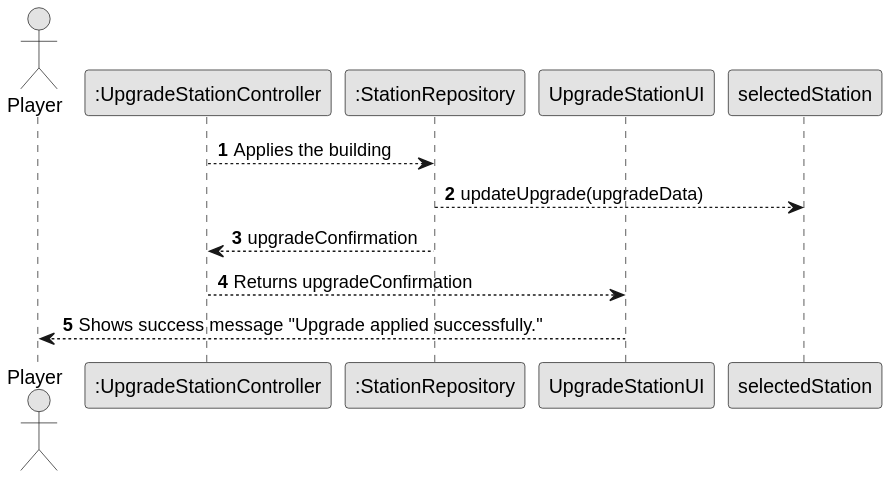
Above: docs/system-documentation/US006/03.design/svg/US006-SD-applyAndSuccess.svg in goncalolopesp/sem2-pi-24.25-g093-repo (PlantUML), before the change. The source it was exported from:
```plantuml
@startuml
skinparam monochrome true
skinparam packageStyle rectangle
skinparam shadowing false

autonumber

actor "Player" as Player
participant ":UpgradeStationController" as UpgradeController
participant ":StationRepository" as StationRepo
participant "UpgradeStationUI" as UpgradeUI

UpgradeController --> StationRepo : Applies the building
StationRepo --> selectedStation : updateUpgrade(upgradeData)
StationRepo --> UpgradeController : upgradeConfirmation
UpgradeController --> UpgradeUI : Returns upgradeConfirmation
UpgradeUI --> Player : Shows success message "Upgrade applied successfully."
@enduml
```
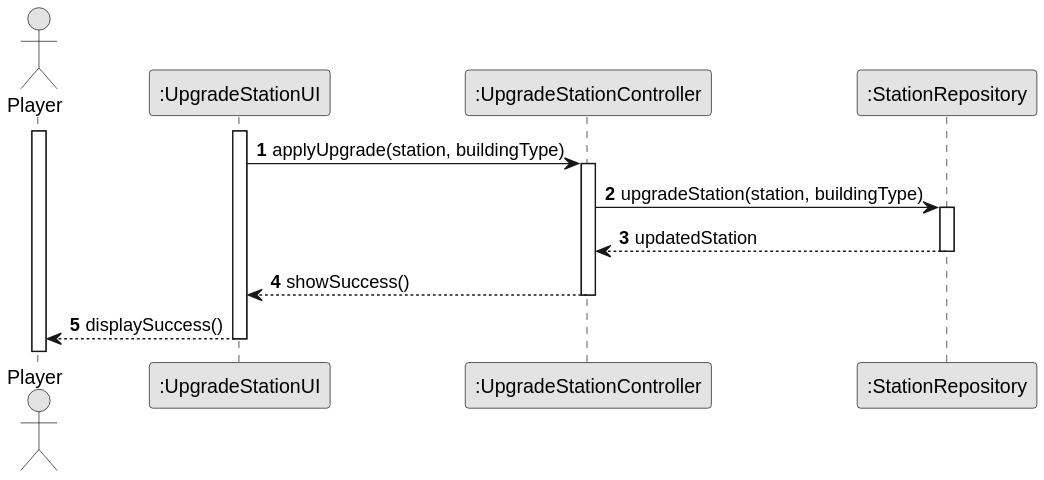
The same file after the commit.

What changed in the source:
```diff
@@ -2,17 +2,26 @@
 skinparam monochrome true
 skinparam packageStyle rectangle
 skinparam shadowing false
-
 autonumber
 
 actor "Player" as Player
-participant ":UpgradeStationController" as UpgradeController
+participant ":UpgradeStationUI" as UpgradeUI
+participant ":UpgradeStationController" as Controller
 participant ":StationRepository" as StationRepo
-participant "UpgradeStationUI" as UpgradeUI
 
-UpgradeController --> StationRepo : Applies the building
-StationRepo --> selectedStation : updateUpgrade(upgradeData)
-StationRepo --> UpgradeController : upgradeConfirmation
-UpgradeController --> UpgradeUI : Returns upgradeConfirmation
-UpgradeUI --> Player : Shows success message "Upgrade applied successfully."
+activate Player
+activate UpgradeUI
+UpgradeUI -> Controller: applyUpgrade(station, buildingType)
+activate Controller
+
+Controller -> StationRepo: upgradeStation(station, buildingType)
+activate StationRepo
+StationRepo --> Controller: updatedStation
+deactivate StationRepo
+
+Controller --> UpgradeUI: showSuccess()
+deactivate Controller
+
+UpgradeUI --> Player: displaySuccess()
+deactivate UpgradeUI
 @enduml
```
